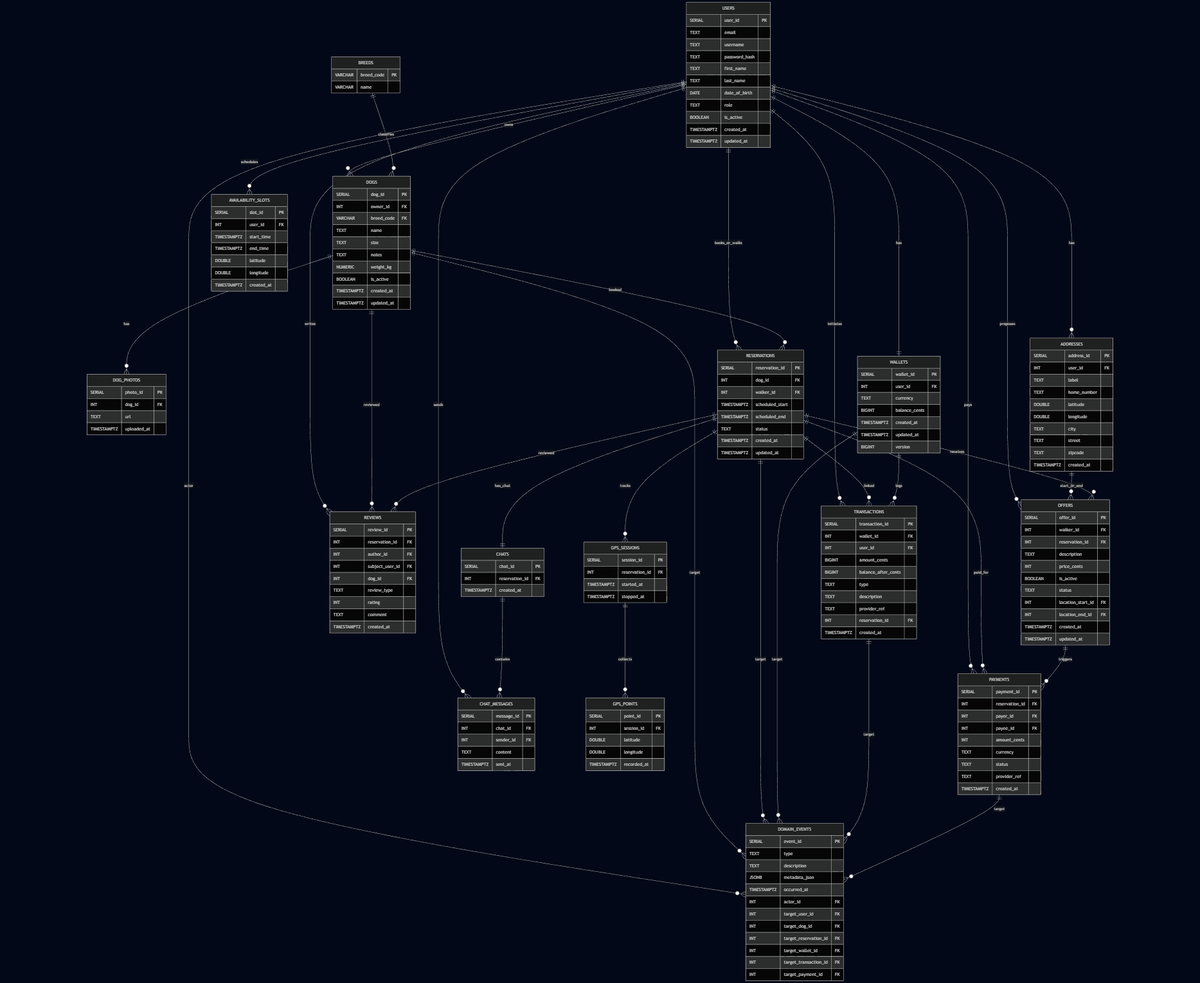
Earlier version of the Mermaid export docs/schema/er-diagram.png (PetGoSGGW/petgo-backend). Its source is kept beside it as docs/schema/er-diagram.mmd.
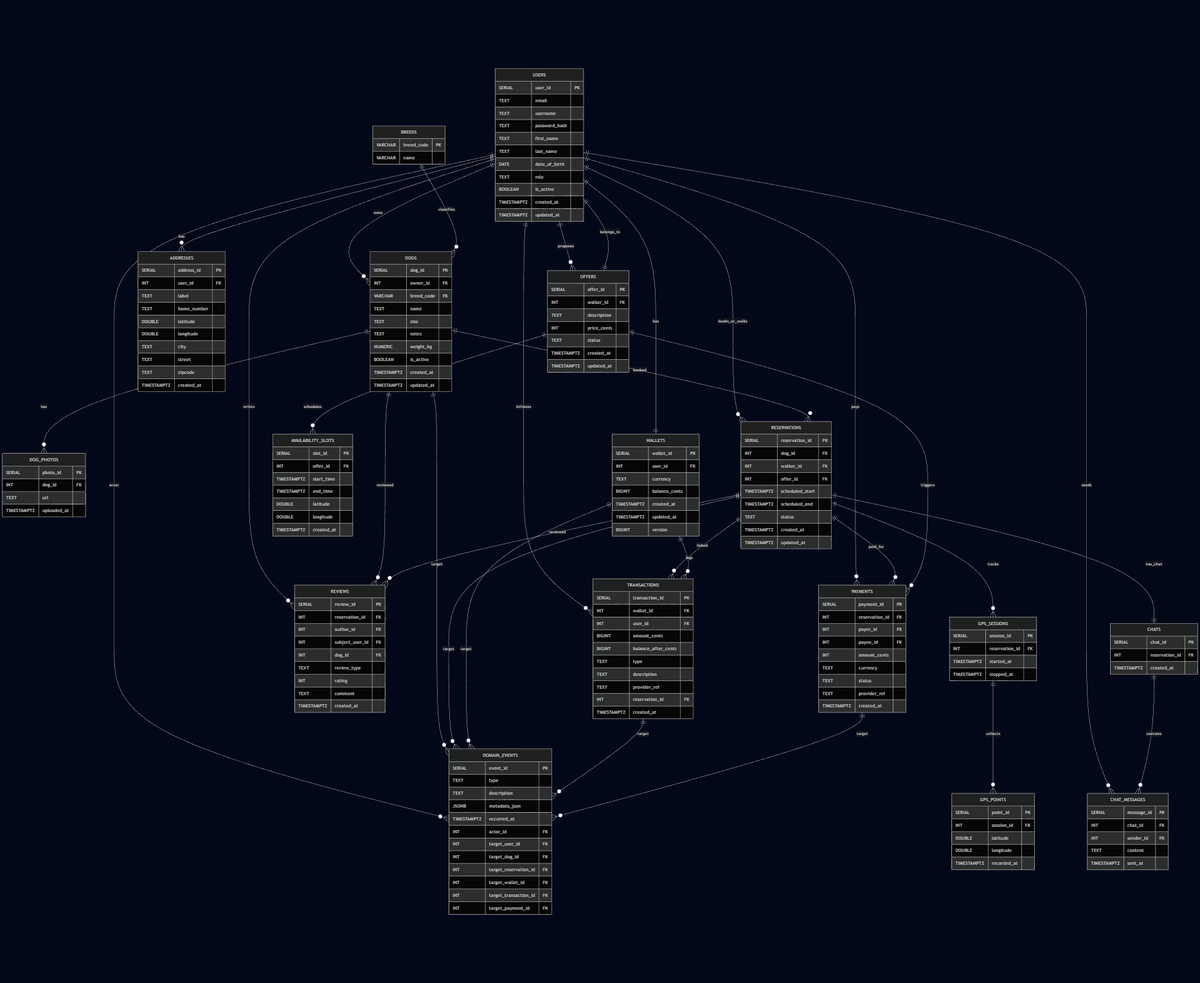
Above is the later version.

What changed in the source:
```diff
@@ -56,6 +56,7 @@
         SERIAL reservation_id PK
         INT dog_id FK
         INT walker_id FK
+        INT offer_id FK
         TIMESTAMPTZ scheduled_start
         TIMESTAMPTZ scheduled_end
         TEXT status
@@ -66,13 +67,9 @@
     OFFERS {
         SERIAL offer_id PK
         INT walker_id FK
-        INT reservation_id FK
         TEXT description
         INT price_cents
-        BOOLEAN is_active
         TEXT status
-        INT location_start_id FK
-        INT location_end_id FK
         TIMESTAMPTZ created_at
         TIMESTAMPTZ updated_at
     }
@@ -170,7 +167,7 @@
 
     AVAILABILITY_SLOTS {
         SERIAL slot_id PK
-        INT user_id FK
+        INT offer_id FK
         TIMESTAMPTZ start_time
         TIMESTAMPTZ end_time
         DOUBLE latitude
@@ -188,7 +185,6 @@
     USERS ||--o{ TRANSACTIONS : initiates
     USERS ||--o{ DOMAIN_EVENTS : actor
     USERS ||--o{ CHAT_MESSAGES : sends
-    USERS ||--o{ AVAILABILITY_SLOTS : schedules
 
     BREEDS ||--o{ DOGS : classifies
     DOGS ||--o{ DOG_PHOTOS : has
@@ -196,9 +192,6 @@
     DOGS ||--o{ REVIEWS : reviewed
     DOGS ||--o{ DOMAIN_EVENTS : target
 
-    ADDRESSES ||--o{ OFFERS : start_or_end
-
-    RESERVATIONS ||--o{ OFFERS : receives
     RESERVATIONS ||--o{ PAYMENTS : paid_for
     RESERVATIONS ||--o{ REVIEWS : reviewed
     RESERVATIONS ||--o{ TRANSACTIONS : linked
@@ -206,6 +199,8 @@
     RESERVATIONS ||--o{ GPS_SESSIONS : tracks
     RESERVATIONS ||--|| CHATS : has_chat
 
+    OFFERS ||--o{ AVAILABILITY_SLOTS : schedules
+    OFFERS ||--|| USERS : belongs_to
     OFFERS ||--o{ PAYMENTS : triggers
 
     WALLETS ||--o{ TRANSACTIONS : logs
```
